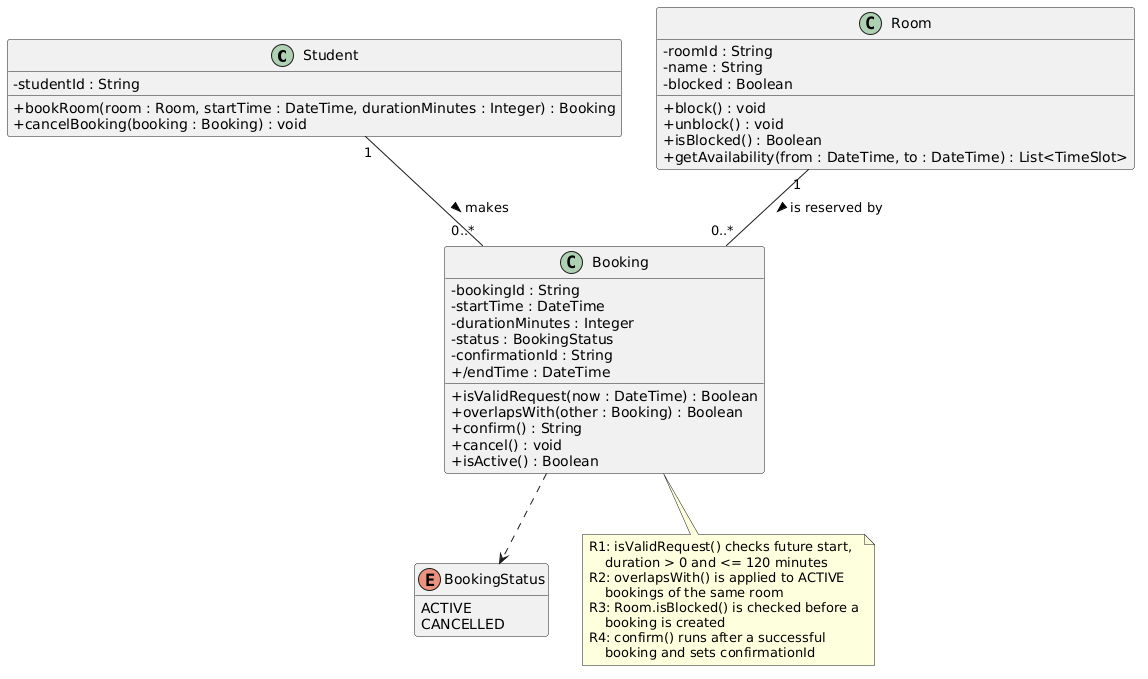
Before: week-04/models/img/class.png, a diagram exported from PlantUML (RiceEnjoyer21/se-practice). Source of this version:
```plantuml
@startuml
hide empty members
skinparam classAttributeIconSize 0

class Student {
  - studentId : String
  + bookRoom(room : Room, startTime : DateTime, durationMinutes : Integer) : Booking
  + cancelBooking(booking : Booking) : void
}

class Room {
  - roomId : String
  - name : String
  - blocked : Boolean
  + block() : void
  + unblock() : void
  + isBlocked() : Boolean
  + getAvailability(from : DateTime, to : DateTime) : List<TimeSlot>
}

class Booking {
  - bookingId : String
  - startTime : DateTime
  - durationMinutes : Integer
  - status : BookingStatus
  - confirmationId : String
  + /endTime : DateTime
  + isValidRequest(now : DateTime) : Boolean
  + overlapsWith(other : Booking) : Boolean
  + confirm() : String
  + cancel() : void
  + isActive() : Boolean
}

enum BookingStatus {
  ACTIVE
  CANCELLED
}

Student "1" -- "0..*" Booking : makes >
Room "1" -- "0..*" Booking : is reserved by >
Booking ..> BookingStatus

note bottom of Booking
  R1: isValidRequest() checks future start,
      duration > 0 and <= 120 minutes
  R2: overlapsWith() is applied to ACTIVE
      bookings of the same room
  R3: Room.isBlocked() is checked before a
      booking is created
  R4: confirm() runs after a successful
      booking and sets confirmationId
end note
@enduml
```
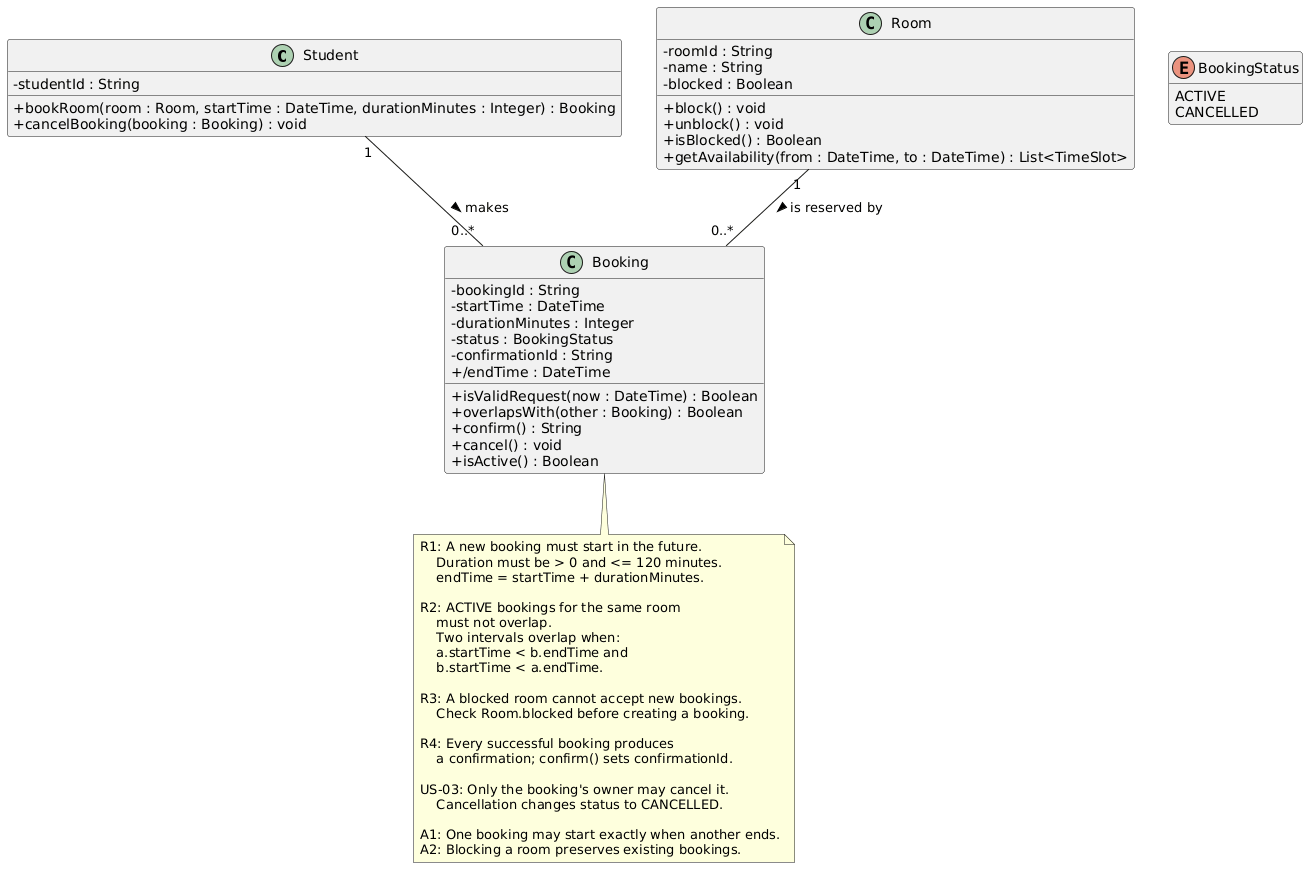
Later version of the same file.

What changed in the source:
```diff
@@ -39,16 +39,28 @@
 
 Student "1" -- "0..*" Booking : makes >
 Room "1" -- "0..*" Booking : is reserved by >
-Booking ..> BookingStatus
 
 note bottom of Booking
-  R1: isValidRequest() checks future start,
-      duration > 0 and <= 120 minutes
-  R2: overlapsWith() is applied to ACTIVE
-      bookings of the same room
-  R3: Room.isBlocked() is checked before a
-      booking is created
-  R4: confirm() runs after a successful
-      booking and sets confirmationId
+  R1: A new booking must start in the future.
+      Duration must be > 0 and <= 120 minutes.
+      endTime = startTime + durationMinutes.
+
+  R2: ACTIVE bookings for the same room
+      must not overlap.
+      Two intervals overlap when:
+      a.startTime < b.endTime and
+      b.startTime < a.endTime.
+
+  R3: A blocked room cannot accept new bookings.
+      Check Room.blocked before creating a booking.
+
+  R4: Every successful booking produces
+      a confirmation; confirm() sets confirmationId.
+
+  US-03: Only the booking's owner may cancel it.
+      Cancellation changes status to CANCELLED.
+
+  A1: One booking may start exactly when another ends.
+  A2: Blocking a room preserves existing bookings.
 end note
 @enduml
```
